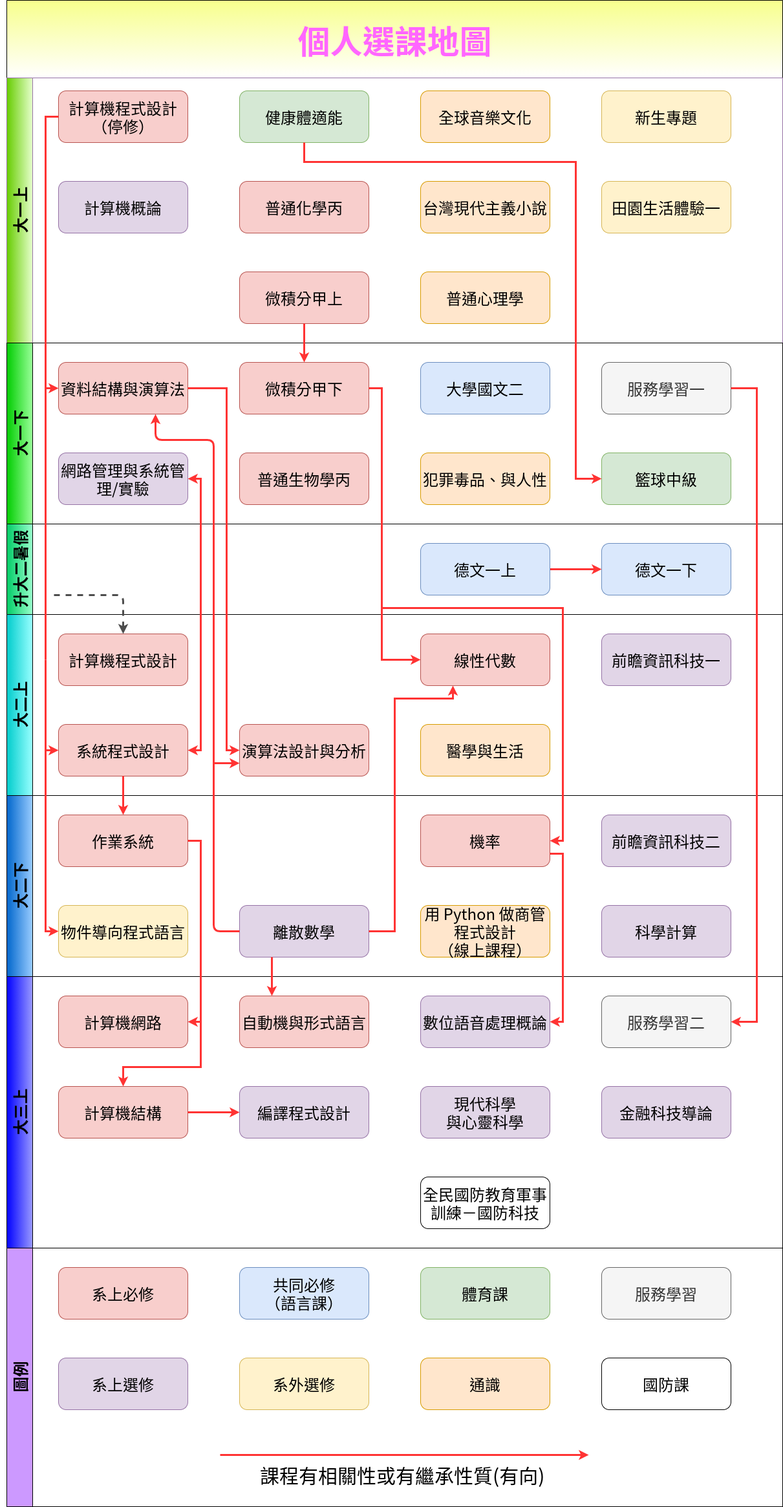
This is assets/img/class-experience/class-map.png from UT0903/UT0903.github.io, a draw.io export, as it was before one commit. Source tidied: cells renumbered, new cells last; positions are measured from the earlier drawing's top-left corner, leaving out a move shared by most shapes.
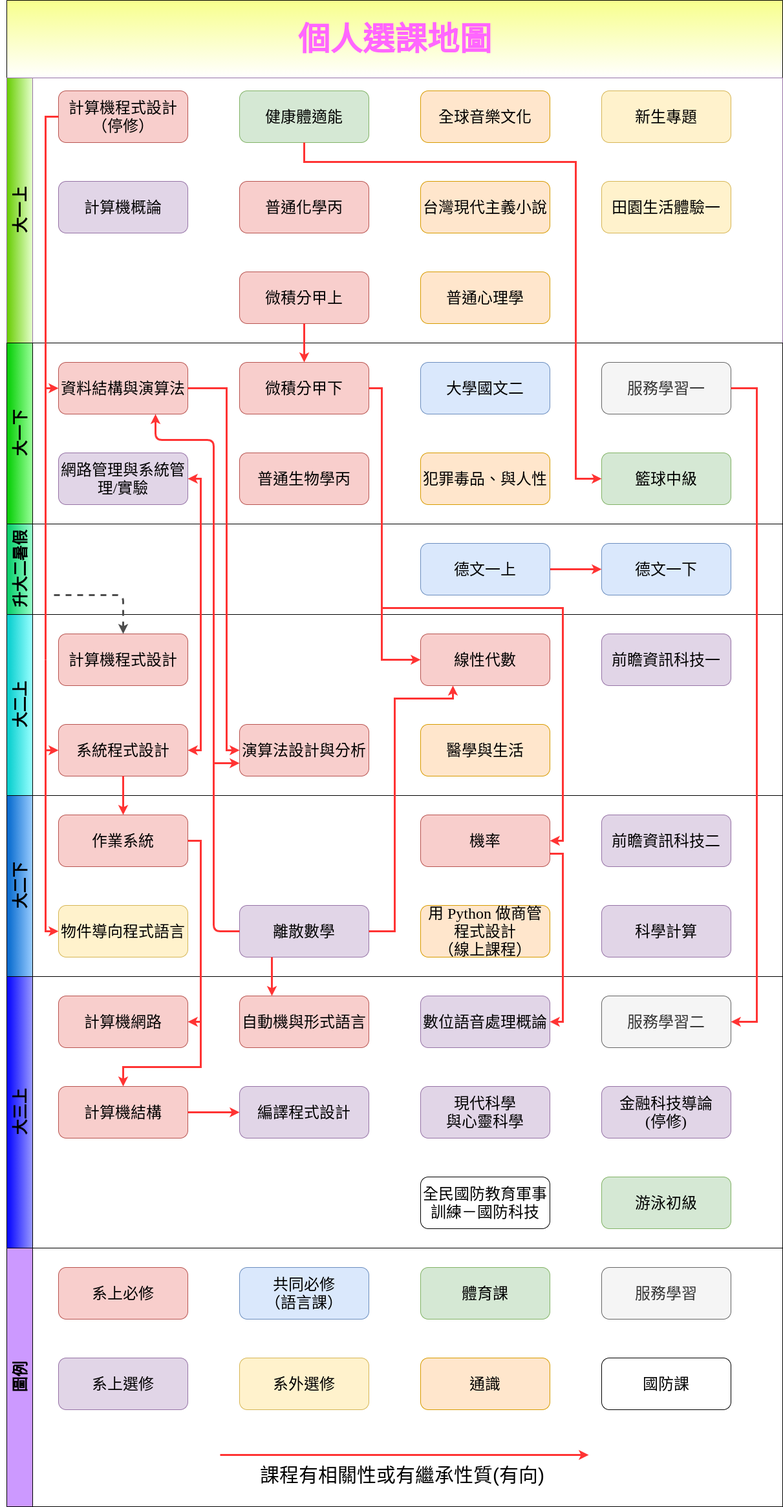
After the commit.

The edit, as a diff of the source:
```diff
@@ -145,7 +145,7 @@
     <mxCell id="47" value="&lt;font style=&quot;font-size: 24px&quot;&gt;計算機網路&lt;br&gt;&lt;/font&gt;" style="rounded=1;whiteSpace=wrap;html=1;shadow=0;labelBackgroundColor=none;strokeWidth=1;fontFamily=Verdana;fontSize=8;align=center;fillColor=#f8cecc;strokeColor=#b85450;" parent="43" vertex="1">
       <mxGeometry x="80" y="30" width="200" height="80" as="geometry" />
     </mxCell>
-    <mxCell id="48" value="&lt;font style=&quot;font-size: 24px&quot;&gt;金融科技導論&lt;br&gt;&lt;/font&gt;" style="rounded=1;whiteSpace=wrap;html=1;shadow=0;labelBackgroundColor=none;strokeWidth=1;fontFamily=Verdana;fontSize=8;align=center;fillColor=#e1d5e7;strokeColor=#9673a6;" parent="43" vertex="1">
+    <mxCell id="48" value="&lt;font style=&quot;font-size: 24px&quot;&gt;金融科技導論&lt;br&gt;(停修)&lt;br&gt;&lt;/font&gt;" style="rounded=1;whiteSpace=wrap;html=1;shadow=0;labelBackgroundColor=none;strokeWidth=1;fontFamily=Verdana;fontSize=8;align=center;fillColor=#e1d5e7;strokeColor=#9673a6;" parent="43" vertex="1">
       <mxGeometry x="920" y="170" width="200" height="80" as="geometry" />
     </mxCell>
     <mxCell id="49" value="&lt;font style=&quot;font-size: 24px&quot;&gt;現代科學&lt;br&gt;與心靈科學&lt;br&gt;&lt;/font&gt;" style="rounded=1;whiteSpace=wrap;html=1;shadow=0;labelBackgroundColor=none;strokeWidth=1;fontFamily=Verdana;fontSize=8;align=center;fillColor=#e1d5e7;strokeColor=#9673a6;" parent="43" vertex="1">
@@ -163,6 +163,9 @@
     <mxCell id="53" value="&lt;font&gt;&lt;span style=&quot;font-size: 24px&quot;&gt;全民國防教育軍事訓練－國防科技&lt;/span&gt;&lt;br&gt;&lt;/font&gt;" style="rounded=1;whiteSpace=wrap;html=1;shadow=0;labelBackgroundColor=none;strokeWidth=1;fontFamily=Verdana;fontSize=8;align=center;" parent="43" vertex="1">
       <mxGeometry x="640" y="310" width="200" height="80" as="geometry" />
     </mxCell>
+    <mxCell id="84" value="&lt;font style=&quot;font-size: 24px&quot;&gt;游泳初級&lt;br&gt;&lt;/font&gt;" style="rounded=1;whiteSpace=wrap;html=1;shadow=0;labelBackgroundColor=none;strokeWidth=1;fontFamily=Verdana;fontSize=8;align=center;fillColor=#d5e8d4;strokeColor=#82b366;" parent="43" vertex="1">
+      <mxGeometry x="920" y="310" width="200" height="80" as="geometry" />
+    </mxCell>
     <mxCell id="54" style="edgeStyle=orthogonalEdgeStyle;rounded=0;jettySize=auto;html=1;exitX=0.5;exitY=1;exitDx=0;exitDy=0;entryX=0.5;entryY=0;entryDx=0;entryDy=0;strokeColor=#FF3333;strokeWidth=3;" parent="2" edge="1" source="13" target="17">
       <mxGeometry relative="1" as="geometry" />
     </mxCell>
```
